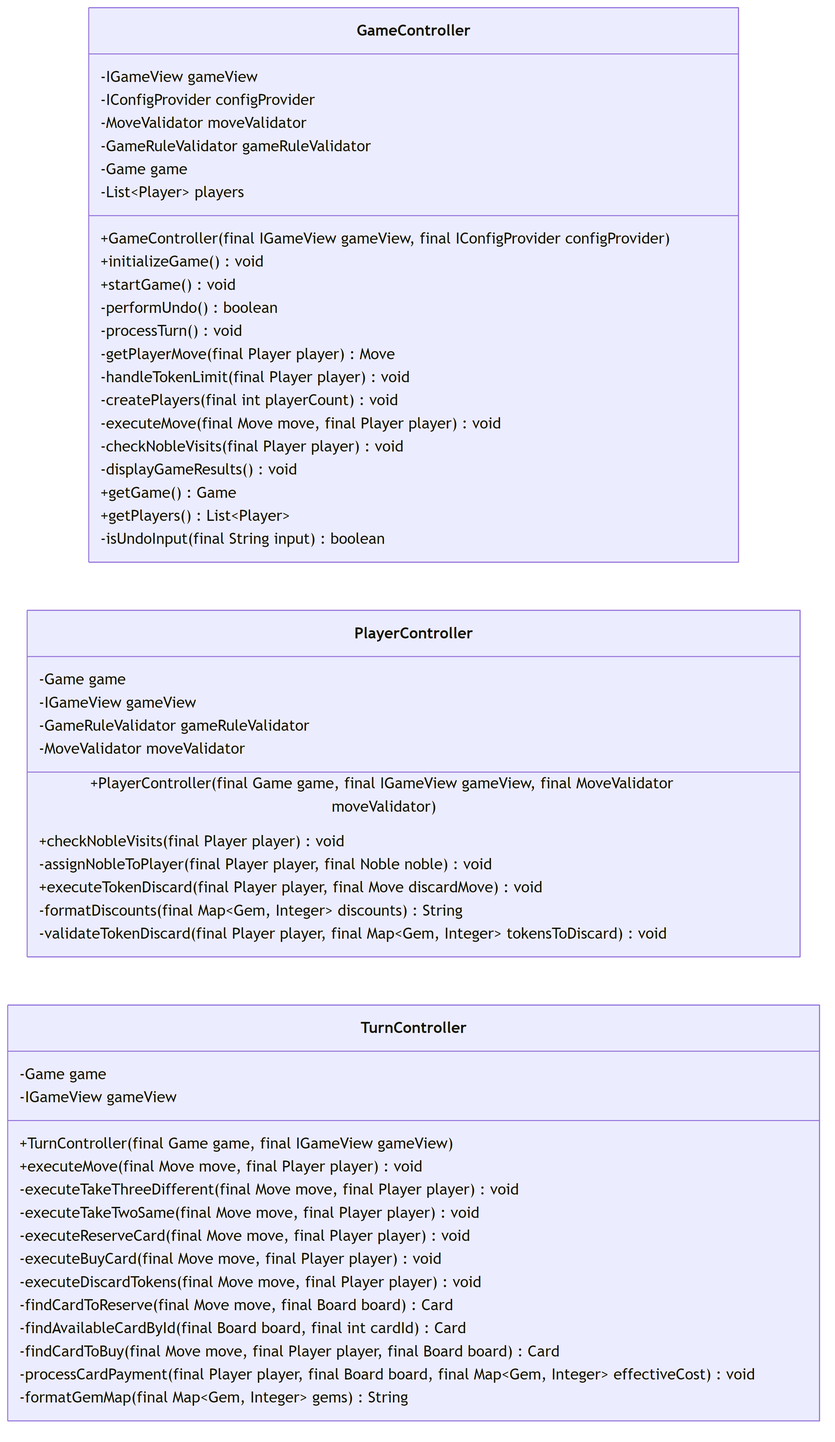
The Mermaid diagram docs/diagrams/mermaid/png/controller_package.png in bryanseah234/playsplendor, before a commit. Its source is kept beside it as docs/diagrams/mermaid/src/controller_package.mmd.
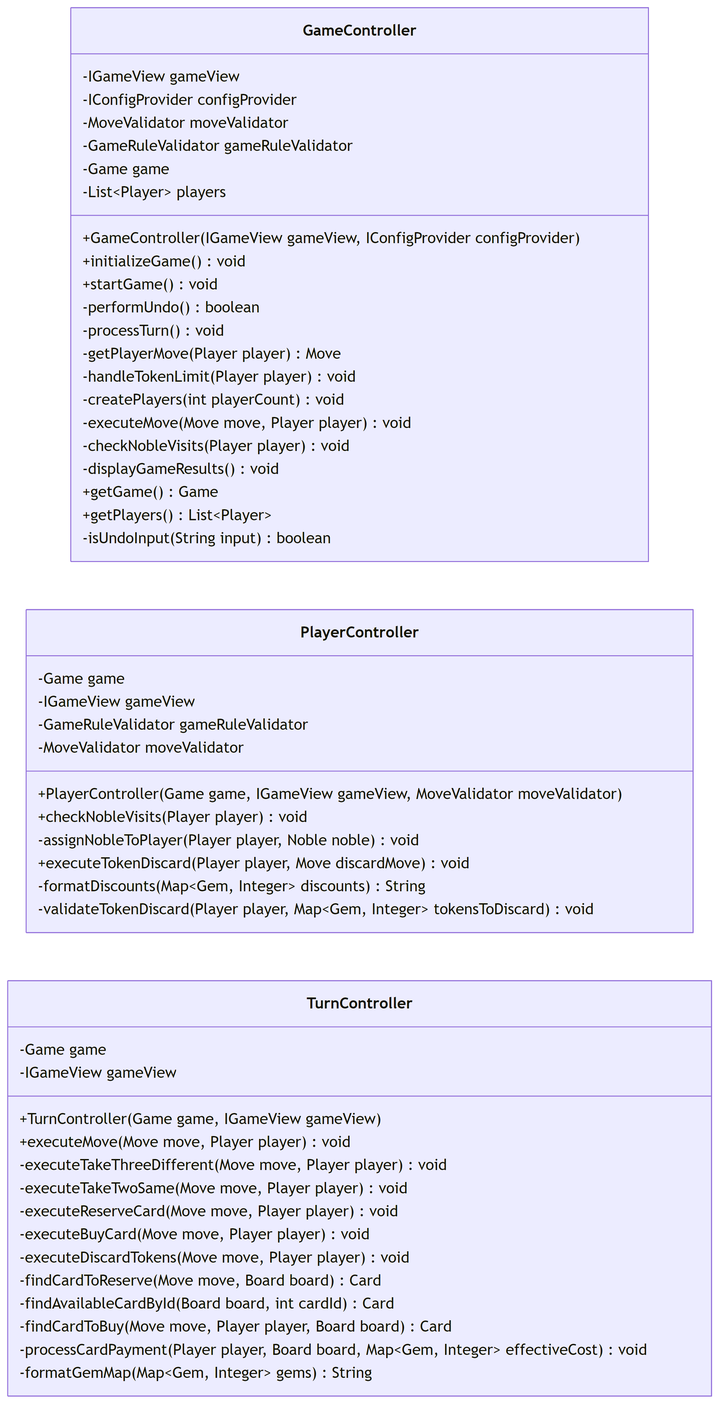
Later version of the same file.

The edit, as a diff of the source:
```diff
@@ -7,20 +7,20 @@
         -GameRuleValidator gameRuleValidator
         -Game game
         -List~Player~ players
-        +GameController(final IGameView gameView, final IConfigProvider configProvider)
+        +GameController(IGameView gameView, IConfigProvider configProvider)
         +initializeGame() void
         +startGame() void
         -performUndo() boolean
         -processTurn() void
-        -getPlayerMove(final Player player) Move
-        -handleTokenLimit(final Player player) void
-        -createPlayers(final int playerCount) void
-        -executeMove(final Move move, final Player player) void
-        -checkNobleVisits(final Player player) void
+        -getPlayerMove(Player player) Move
+        -handleTokenLimit(Player player) void
+        -createPlayers(int playerCount) void
+        -executeMove(Move move, Player player) void
+        -checkNobleVisits(Player player) void
         -displayGameResults() void
         +getGame() Game
         +getPlayers() List~Player~
-        -isUndoInput(final String input) boolean
+        -isUndoInput(String input) boolean
     }
 
     class PlayerController {
@@ -28,27 +28,27 @@
         -IGameView gameView
         -GameRuleValidator gameRuleValidator
         -MoveValidator moveValidator
-        +PlayerController(final Game game, final IGameView gameView, final MoveValidator moveValidator)
-        +checkNobleVisits(final Player player) void
-        -assignNobleToPlayer(final Player player, final Noble noble) void
-        +executeTokenDiscard(final Player player, final Move discardMove) void
-        -formatDiscounts(final Map~Gem, Integer~ discounts) String
-        -validateTokenDiscard(final Player player, final Map~Gem, Integer~ tokensToDiscard) void
+        +PlayerController(Game game, IGameView gameView, MoveValidator moveValidator)
+        +checkNobleVisits(Player player) void
+        -assignNobleToPlayer(Player player, Noble noble) void
+        +executeTokenDiscard(Player player, Move discardMove) void
+        -formatDiscounts(Map~Gem, Integer~ discounts) String
+        -validateTokenDiscard(Player player, Map~Gem, Integer~ tokensToDiscard) void
     }
 
     class TurnController {
         -Game game
         -IGameView gameView
-        +TurnController(final Game game, final IGameView gameView)
-        +executeMove(final Move move, final Player player) void
-        -executeTakeThreeDifferent(final Move move, final Player player) void
-        -executeTakeTwoSame(final Move move, final Player player) void
-        -executeReserveCard(final Move move, final Player player) void
-        -executeBuyCard(final Move move, final Player player) void
-        -executeDiscardTokens(final Move move, final Player player) void
-        -findCardToReserve(final Move move, final Board board) Card
-        -findAvailableCardById(final Board board, final int cardId) Card
-        -findCardToBuy(final Move move, final Player player, final Board board) Card
-        -processCardPayment(final Player player, final Board board, final Map~Gem, Integer~ effectiveCost) void
-        -formatGemMap(final Map~Gem, Integer~ gems) String
+        +TurnController(Game game, IGameView gameView)
+        +executeMove(Move move, Player player) void
+        -executeTakeThreeDifferent(Move move, Player player) void
+        -executeTakeTwoSame(Move move, Player player) void
+        -executeReserveCard(Move move, Player player) void
+        -executeBuyCard(Move move, Player player) void
+        -executeDiscardTokens(Move move, Player player) void
+        -findCardToReserve(Move move, Board board) Card
+        -findAvailableCardById(Board board, int cardId) Card
+        -findCardToBuy(Move move, Player player, Board board) Card
+        -processCardPayment(Player player, Board board, Map~Gem, Integer~ effectiveCost) void
+        -formatGemMap(Map~Gem, Integer~ gems) String
     }
```
